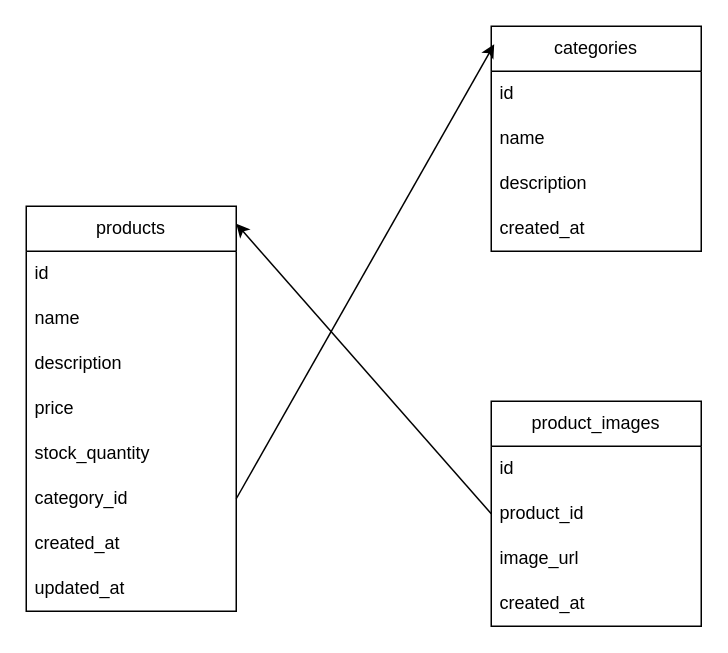
Above: server/services/product-services/src/models/productModel.drawio in kev-69/kwcp-store (draw.io), before the change. Source tidied: cells renumbered, new cells numbered last; positions are measured from the earlier drawing's top-left corner, leaving out a move shared by most shapes. Both pictures are drawn from the tidied source at 150%, with x=0, y=0 at pixel (26, 26).
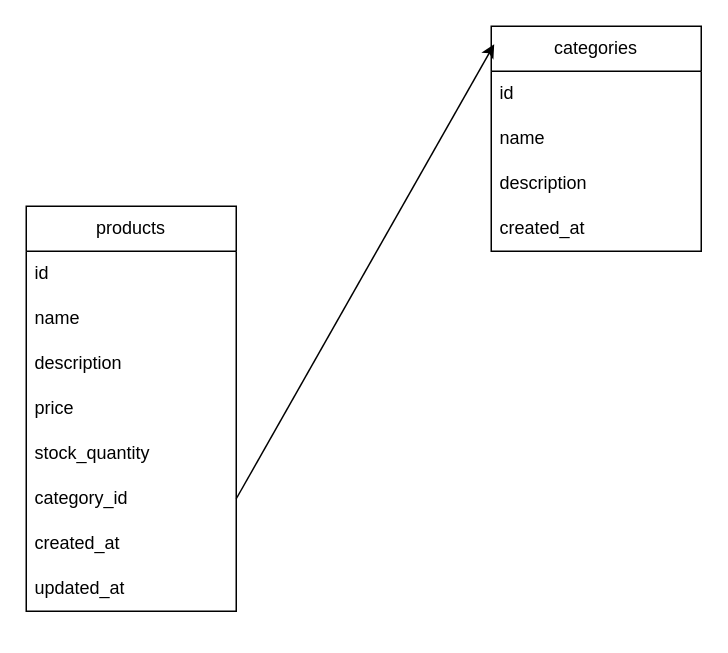
After the change.

Commit message:
Refactor product model diagram to improve layout and remove unused product_images section

Unchanged cells that the change refers to:
```xml
<mxCell id="2" value="products" style="swimlane;fontStyle=0;horizontal=1;startSize=30;whiteSpace=wrap;html=1;" parent="1" vertex="1">
  <mxGeometry y="120" width="140" height="270" as="geometry" />
</mxCell>
```

The edit, as a diff of the source:
```diff
@@
-    <mxCell id="16" value="product_images" style="swimlane;fontStyle=0;horizontal=1;startSize=30;whiteSpace=wrap;html=1;" parent="1" vertex="1">
-      <mxGeometry x="310" y="250" width="140" height="150" as="geometry" />
-    </mxCell>
-    <mxCell id="17" value="id" style="text;strokeColor=none;fillColor=none;align=left;verticalAlign=middle;spacingLeft=4;spacingRight=4;overflow=hidden;whiteSpace=wrap;html=1;" parent="16" vertex="1">
-      <mxGeometry y="30" width="140" height="30" as="geometry" />
-    </mxCell>
-    <mxCell id="18" value="product_id" style="text;strokeColor=none;fillColor=none;align=left;verticalAlign=middle;spacingLeft=4;spacingRight=4;overflow=hidden;points=[[0,0.5],[1,0.5]];portConstraint=eastwest;whiteSpace=wrap;html=1;" parent="16" vertex="1">
-      <mxGeometry y="60" width="140" height="30" as="geometry" />
-    </mxCell>
-    <mxCell id="19" value="image_url" style="text;strokeColor=none;fillColor=none;align=left;verticalAlign=middle;spacingLeft=4;spacingRight=4;overflow=hidden;whiteSpace=wrap;html=1;" parent="16" vertex="1">
-      <mxGeometry y="90" width="140" height="30" as="geometry" />
-    </mxCell>
-    <mxCell id="20" value="created_at" style="text;strokeColor=none;fillColor=none;align=left;verticalAlign=middle;spacingLeft=4;spacingRight=4;overflow=hidden;whiteSpace=wrap;html=1;" parent="16" vertex="1">
-      <mxGeometry y="120" width="140" height="30" as="geometry" />
-    </mxCell>
@@
-    <mxCell id="22" style="edgeStyle=none;html=1;exitX=0;exitY=0.5;exitDx=0;exitDy=0;entryX=1;entryY=0.043;entryDx=0;entryDy=0;entryPerimeter=0;" parent="1" edge="1" source="18" target="2">
-      <mxGeometry relative="1" as="geometry" />
-    </mxCell>
```
